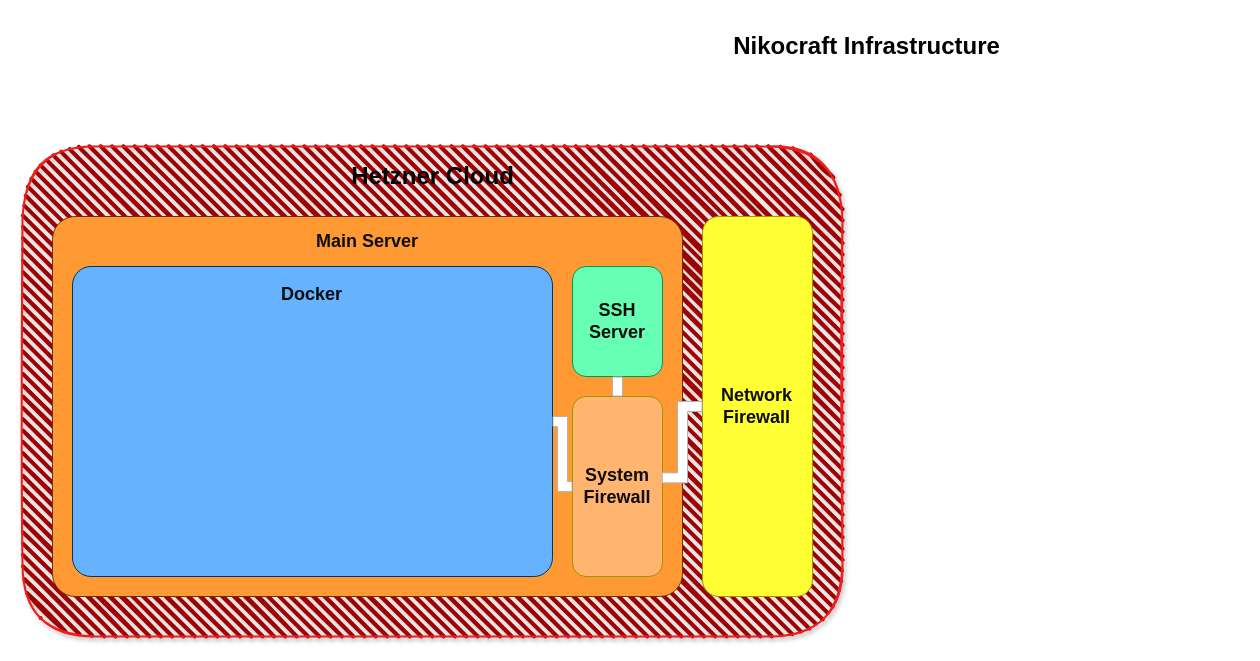
Nikogenia/Draw keeps this draw.io diagram as Nikocraft Infrastructure.drawio. Above is the earlier version. Source tidied: cells renumbered, new cells numbered last; positions are measured from the earlier drawing's top-left corner, leaving out a move shared by most shapes. Both pictures are drawn from the tidied source at 100%, with x=0, y=0 at pixel (22, 26).
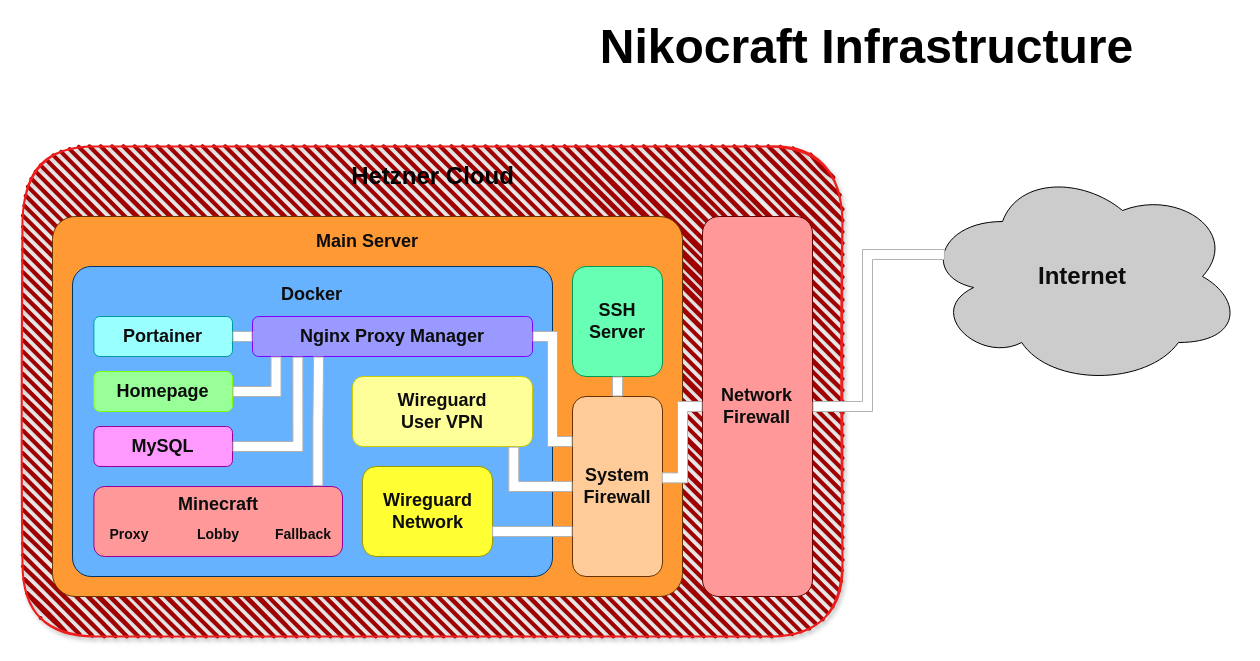
The same diagram, later.

Unchanged cells that the change refers to:
```xml
<mxCell id="5" style="group;" parent="1" vertex="1">
  <mxGeometry x="680" y="190" width="110" height="380" as="geometry" />
</mxCell>
<mxCell id="8" style="group;" parent="1" vertex="1">
  <mxGeometry x="30" y="190" width="630" height="380" as="geometry" />
</mxCell>
<mxCell id="12" style="rounded=1;whiteSpace=wrap;html=1;fillColor=#66B2FF;strokeColor=#003366;arcSize=6;" parent="11" vertex="1">
  <mxGeometry width="480" height="310" as="geometry" />
</mxCell>
<mxCell id="14" style="group;" parent="8" vertex="1">
  <mxGeometry x="520" y="180" width="90" height="180" as="geometry" />
</mxCell>
```

Change to the diagram source:
```diff
@@
-    <mxCell id="2" value="Nikocraft Infrastructure" style="text;strokeColor=none;fillColor=none;html=1;fontSize=24;fontStyle=1;verticalAlign=middle;align=center;" parent="1" vertex="1">
+    <mxCell id="2" value="&lt;font style=&quot;font-size: 48px;&quot;&gt;Nikocraft Infrastructure&lt;/font&gt;" style="text;strokeColor=none;fillColor=none;html=1;fontSize=24;fontStyle=1;verticalAlign=middle;align=center;" parent="1" vertex="1">
       <mxGeometry x="674" width="340" height="40" as="geometry" />
     </mxCell>
@@
-    <mxCell id="6" style="rounded=1;whiteSpace=wrap;html=1;fillColor=#FFFF33;strokeColor=#999900;" parent="5" vertex="1">
+    <mxCell id="6" style="rounded=1;whiteSpace=wrap;html=1;fillColor=#FF9999;strokeColor=#660000;" parent="5" vertex="1">
       <mxGeometry width="110" height="380" as="geometry" />
     </mxCell>
@@
     <mxCell id="11" style="group;" parent="8" vertex="1">
-      <mxGeometry x="20" y="50" width="480" height="310" as="geometry" />
+      <mxGeometry x="20" y="50" width="510" height="310" as="geometry" />
     </mxCell>
@@
+    <mxCell id="23" style="group;" parent="11" vertex="1">
+      <mxGeometry x="180" y="50" width="280" height="40" as="geometry" />
+    </mxCell>
+    <mxCell id="24" style="rounded=1;whiteSpace=wrap;html=1;fillColor=#9999FF;strokeColor=#7F00FF;" parent="23" vertex="1">
+      <mxGeometry width="280" height="40" as="geometry" />
+    </mxCell>
+    <mxCell id="25" value="&lt;font style=&quot;font-size: 18px;&quot; color=&quot;#0d0d0d&quot;&gt;&lt;b&gt;Nginx Proxy Manager&lt;br&gt;&lt;/b&gt;&lt;/font&gt;" style="text;html=1;strokeColor=none;fillColor=none;align=center;verticalAlign=middle;whiteSpace=wrap;rounded=0;" parent="23" vertex="1">
+      <mxGeometry x="42.2" y="10" width="195.6" height="20" as="geometry" />
+    </mxCell>
+    <mxCell id="26" style="group;" parent="11" vertex="1">
+      <mxGeometry x="21.4" y="50" width="138.6" height="40" as="geometry" />
+    </mxCell>
+    <mxCell id="27" style="rounded=1;whiteSpace=wrap;html=1;fillColor=#99FFFF;strokeColor=#009999;" parent="26" vertex="1">
+      <mxGeometry width="138.6" height="40" as="geometry" />
+    </mxCell>
+    <mxCell id="28" value="&lt;font style=&quot;font-size: 18px;&quot; color=&quot;#0d0d0d&quot;&gt;&lt;b&gt;Portainer&lt;br&gt;&lt;/b&gt;&lt;/font&gt;" style="text;html=1;strokeColor=none;fillColor=none;align=center;verticalAlign=middle;whiteSpace=wrap;rounded=0;" parent="26" vertex="1">
+      <mxGeometry x="20.9" y="10" width="96.8" height="20" as="geometry" />
+    </mxCell>
+    <mxCell id="29" style="endArrow=none;html=1;rounded=0;fillColor=#FFFFFF;strokeColor=#B3B3B3;entryX=1;entryY=0.5;entryDx=0;entryDy=0;shape=flexArrow;edgeStyle=orthogonalEdgeStyle;exitX=0;exitY=0.5;exitDx=0;exitDy=0;" parent="11" edge="1" source="24" target="27">
+      <mxGeometry relative="1" as="geometry" />
+    </mxCell>
+    <mxCell id="30" style="group;" parent="11" vertex="1">
+      <mxGeometry x="21.4" y="105" width="138.6" height="40" as="geometry" />
+    </mxCell>
+    <mxCell id="31" style="rounded=1;whiteSpace=wrap;html=1;fillColor=#99FF99;strokeColor=#80FF00;" parent="30" vertex="1">
+      <mxGeometry width="138.6" height="40" as="geometry" />
+    </mxCell>
+    <mxCell id="32" value="&lt;font style=&quot;font-size: 18px;&quot; color=&quot;#0d0d0d&quot;&gt;&lt;b&gt;Homepage&lt;br&gt;&lt;/b&gt;&lt;/font&gt;" style="text;html=1;strokeColor=none;fillColor=none;align=center;verticalAlign=middle;whiteSpace=wrap;rounded=0;" parent="30" vertex="1">
+      <mxGeometry x="20.9" y="10" width="96.8" height="20" as="geometry" />
+    </mxCell>
+    <mxCell id="33" style="group;" parent="11" vertex="1">
+      <mxGeometry x="21.4" y="160" width="138.6" height="40" as="geometry" />
+    </mxCell>
+    <mxCell id="34" style="rounded=1;whiteSpace=wrap;html=1;fillColor=#FF99FF;strokeColor=#990099;" parent="33" vertex="1">
+      <mxGeometry width="138.6" height="40" as="geometry" />
+    </mxCell>
+    <mxCell id="35" value="&lt;font style=&quot;font-size: 18px;&quot; color=&quot;#0d0d0d&quot;&gt;&lt;b&gt;MySQL&lt;br&gt;&lt;/b&gt;&lt;/font&gt;" style="text;html=1;strokeColor=none;fillColor=none;align=center;verticalAlign=middle;whiteSpace=wrap;rounded=0;" parent="33" vertex="1">
+      <mxGeometry x="20.9" y="10" width="96.8" height="20" as="geometry" />
+    </mxCell>
+    <mxCell id="36" style="endArrow=none;html=1;rounded=0;fillColor=#FFFFFF;strokeColor=#B3B3B3;exitX=1;exitY=0.5;exitDx=0;exitDy=0;entryX=0.084;entryY=1.001;entryDx=0;entryDy=0;shape=flexArrow;edgeStyle=orthogonalEdgeStyle;entryPerimeter=0;" parent="11" edge="1" source="31" target="24">
+      <mxGeometry relative="1" as="geometry" />
+    </mxCell>
+    <mxCell id="37" style="endArrow=none;html=1;rounded=0;fillColor=#FFFFFF;strokeColor=#B3B3B3;exitX=1;exitY=0.5;exitDx=0;exitDy=0;shape=flexArrow;edgeStyle=orthogonalEdgeStyle;entryX=0.162;entryY=1.004;entryDx=0;entryDy=0;entryPerimeter=0;" parent="11" edge="1" source="34" target="24">
+      <mxGeometry relative="1" as="geometry" />
+    </mxCell>
+    <mxCell id="38" style="group;" parent="11" vertex="1">
+      <mxGeometry x="21.4" y="220" width="302.2" height="70" as="geometry" />
+    </mxCell>
+    <mxCell id="39" style="rounded=1;whiteSpace=wrap;html=1;fillColor=#FF9999;strokeColor=#990099;" parent="38" vertex="1">
+      <mxGeometry width="248.6" height="70" as="geometry" />
+    </mxCell>
+    <mxCell id="40" value="&lt;font style=&quot;&quot; color=&quot;#0d0d0d&quot;&gt;&lt;b style=&quot;&quot;&gt;&lt;font style=&quot;font-size: 14px;&quot;&gt;Proxy&lt;/font&gt;&lt;br&gt;&lt;/b&gt;&lt;/font&gt;" style="text;html=1;strokeColor=none;fillColor=none;align=center;verticalAlign=middle;whiteSpace=wrap;rounded=0;" parent="38" vertex="1">
+      <mxGeometry x="-51.4" y="30" width="173.7" height="35" as="geometry" />
+    </mxCell>
+    <mxCell id="41" value="&lt;font style=&quot;&quot; color=&quot;#0d0d0d&quot;&gt;&lt;b style=&quot;&quot;&gt;&lt;font style=&quot;font-size: 14px;&quot;&gt;Lobby&lt;/font&gt;&lt;br&gt;&lt;/b&gt;&lt;/font&gt;" style="text;html=1;strokeColor=none;fillColor=none;align=center;verticalAlign=middle;whiteSpace=wrap;rounded=0;" parent="38" vertex="1">
+      <mxGeometry x="37.4" y="30" width="173.7" height="35" as="geometry" />
+    </mxCell>
+    <mxCell id="42" value="&lt;font style=&quot;&quot; color=&quot;#0d0d0d&quot;&gt;&lt;b style=&quot;&quot;&gt;&lt;font style=&quot;font-size: 14px;&quot;&gt;Fallback&lt;/font&gt;&lt;br&gt;&lt;/b&gt;&lt;/font&gt;" style="text;html=1;strokeColor=none;fillColor=none;align=center;verticalAlign=middle;whiteSpace=wrap;rounded=0;" parent="38" vertex="1">
+      <mxGeometry x="122.2" y="30" width="173.7" height="35" as="geometry" />
+    </mxCell>
+    <mxCell id="43" style="endArrow=none;html=1;rounded=0;fillColor=#FFFFFF;strokeColor=#B3B3B3;exitX=0.901;exitY=-0.005;exitDx=0;exitDy=0;shape=flexArrow;edgeStyle=orthogonalEdgeStyle;entryX=0.236;entryY=1.001;entryDx=0;entryDy=0;entryPerimeter=0;exitPerimeter=0;" parent="11" edge="1" source="39" target="24">
+      <mxGeometry relative="1" as="geometry" />
+    </mxCell>
+    <mxCell id="44" value="&lt;font style=&quot;font-size: 18px;&quot; color=&quot;#0d0d0d&quot;&gt;&lt;b&gt;Minecraft&lt;br&gt;&lt;/b&gt;&lt;/font&gt;" style="text;html=1;strokeColor=none;fillColor=none;align=center;verticalAlign=middle;whiteSpace=wrap;rounded=0;" parent="11" vertex="1">
+      <mxGeometry x="58.9" y="220" width="173.7" height="35" as="geometry" />
+    </mxCell>
+    <mxCell id="45" style="group;" parent="11" vertex="1">
+      <mxGeometry x="280" y="110" width="180" height="70" as="geometry" />
+    </mxCell>
+    <mxCell id="46" style="rounded=1;whiteSpace=wrap;html=1;fillColor=#FFFF99;strokeColor=#CCCC00;" parent="45" vertex="1">
+      <mxGeometry width="180" height="70" as="geometry" />
+    </mxCell>
+    <mxCell id="47" value="&lt;font style=&quot;font-size: 18px;&quot; color=&quot;#0d0d0d&quot;&gt;&lt;b&gt;Wireguard&lt;br&gt;User VPN&lt;br&gt;&lt;/b&gt;&lt;/font&gt;" style="text;html=1;strokeColor=none;fillColor=none;align=center;verticalAlign=middle;whiteSpace=wrap;rounded=0;" parent="45" vertex="1">
+      <mxGeometry x="27.1" y="17.5" width="125.8" height="35" as="geometry" />
+    </mxCell>
+    <mxCell id="48" style="group;" parent="11" vertex="1">
+      <mxGeometry x="290" y="200" width="130" height="90" as="geometry" />
+    </mxCell>
+    <mxCell id="49" style="rounded=1;whiteSpace=wrap;html=1;fillColor=#FFFF33;strokeColor=#999900;" parent="48" vertex="1">
+      <mxGeometry width="130" height="90" as="geometry" />
+    </mxCell>
+    <mxCell id="50" value="&lt;font style=&quot;font-size: 18px;&quot; color=&quot;#0d0d0d&quot;&gt;&lt;b&gt;Wireguard&lt;br&gt;Network&lt;br&gt;&lt;/b&gt;&lt;/font&gt;" style="text;html=1;strokeColor=none;fillColor=none;align=center;verticalAlign=middle;whiteSpace=wrap;rounded=0;" parent="48" vertex="1">
+      <mxGeometry x="19.6" y="22.5" width="90.8" height="45" as="geometry" />
+    </mxCell>
@@
-    <mxCell id="15" style="rounded=1;whiteSpace=wrap;html=1;fillColor=#FFB570;strokeColor=#999900;" parent="14" vertex="1">
+    <mxCell id="15" style="rounded=1;whiteSpace=wrap;html=1;fillColor=#FFCC99;strokeColor=#663300;" parent="14" vertex="1">
       <mxGeometry width="90" height="180" as="geometry" />
     </mxCell>
@@
-    <mxCell id="21" style="endArrow=none;html=1;rounded=0;fillColor=#FFFFFF;strokeColor=#B3B3B3;exitX=1;exitY=0.5;exitDx=0;exitDy=0;entryX=0;entryY=0.5;entryDx=0;entryDy=0;shape=flexArrow;edgeStyle=orthogonalEdgeStyle;" parent="8" edge="1" source="12" target="15">
+    <mxCell id="21" style="endArrow=none;html=1;rounded=0;fillColor=#FFFFFF;strokeColor=#B3B3B3;exitX=1;exitY=0.5;exitDx=0;exitDy=0;entryX=0;entryY=0.25;entryDx=0;entryDy=0;shape=flexArrow;edgeStyle=orthogonalEdgeStyle;" parent="8" edge="1" source="24" target="15">
       <mxGeometry relative="1" as="geometry" />
     </mxCell>
+    <mxCell id="51" style="endArrow=none;html=1;rounded=0;fillColor=#FFFFFF;strokeColor=#B3B3B3;exitX=0.896;exitY=1.002;exitDx=0;exitDy=0;entryX=0;entryY=0.5;entryDx=0;entryDy=0;shape=flexArrow;edgeStyle=orthogonalEdgeStyle;exitPerimeter=0;" parent="8" edge="1" source="46" target="15">
+      <mxGeometry relative="1" as="geometry" />
+    </mxCell>
+    <mxCell id="52" style="endArrow=none;html=1;rounded=0;fillColor=#FFFFFF;strokeColor=#B3B3B3;exitX=0.997;exitY=0.722;exitDx=0;exitDy=0;entryX=0;entryY=0.75;entryDx=0;entryDy=0;shape=flexArrow;edgeStyle=orthogonalEdgeStyle;exitPerimeter=0;" parent="8" edge="1" source="49" target="15">
+      <mxGeometry relative="1" as="geometry" />
+    </mxCell>
@@
+    <mxCell id="53" value="&lt;font style=&quot;font-size: 24px;&quot; color=&quot;#0d0d0d&quot;&gt;&lt;b style=&quot;&quot;&gt;Internet&lt;/b&gt;&lt;/font&gt;" style="ellipse;shape=cloud;whiteSpace=wrap;html=1;align=center;fillColor=#CCCCCC;strokeColor=#000000;" parent="1" vertex="1">
+      <mxGeometry x="900" y="140" width="320" height="220" as="geometry" />
+    </mxCell>
+    <mxCell id="54" style="endArrow=none;html=1;rounded=0;fillColor=#FFFFFF;strokeColor=#B3B3B3;exitX=1;exitY=0.5;exitDx=0;exitDy=0;entryX=0.07;entryY=0.4;entryDx=0;entryDy=0;shape=flexArrow;edgeStyle=orthogonalEdgeStyle;entryPerimeter=0;" parent="1" edge="1" source="6" target="53">
+      <mxGeometry relative="1" as="geometry" />
+    </mxCell>
```
